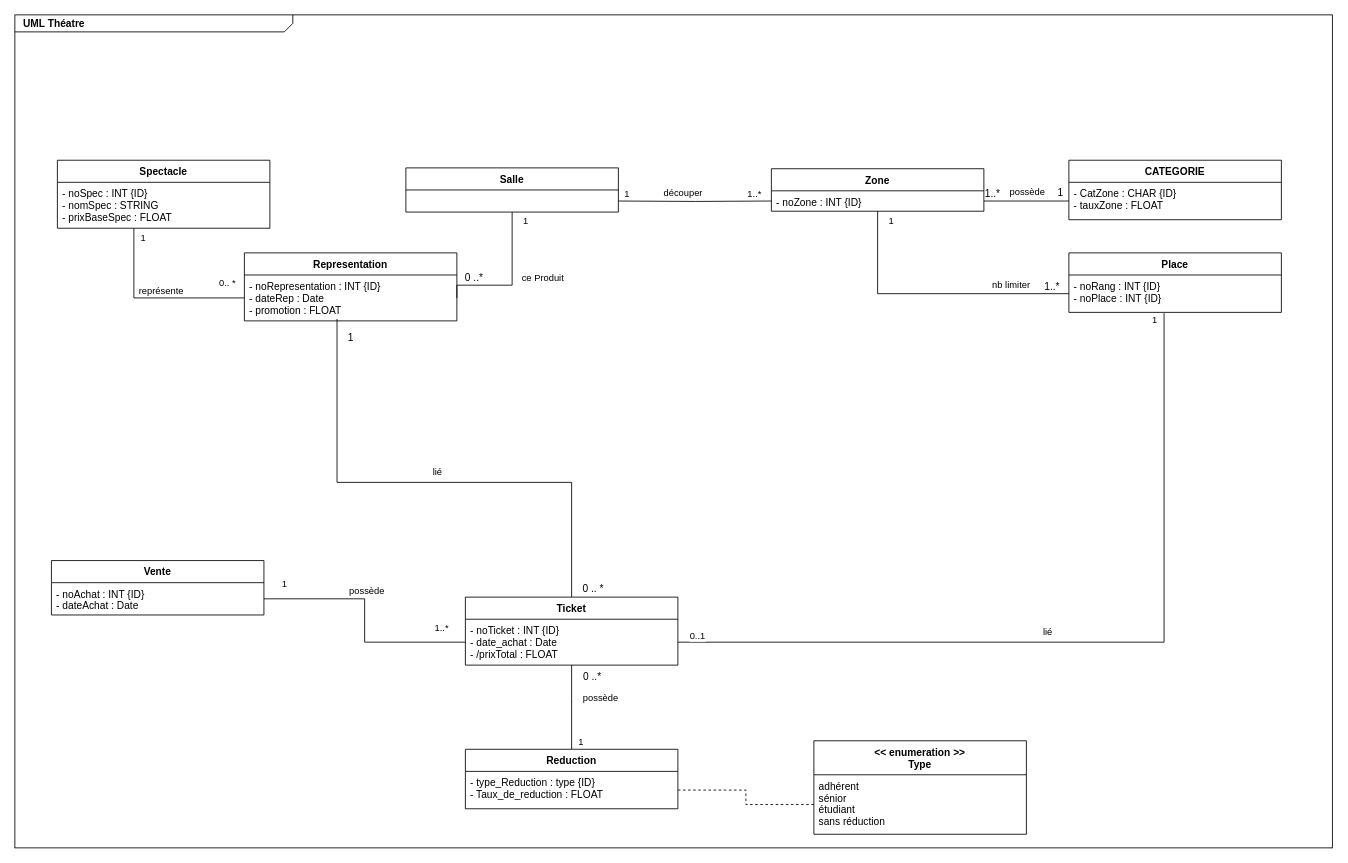
This is UML_diagram.drawio from NoxFly/CEBD-project-theater, a draw.io file, before an edit. Source tidied: cells renumbered, new cells numbered last; positions are measured from the earlier drawing's top-left corner, leaving out a move shared by most shapes. Both pictures are drawn from the tidied source at 85%, with x=0, y=0 at pixel (14, 14).
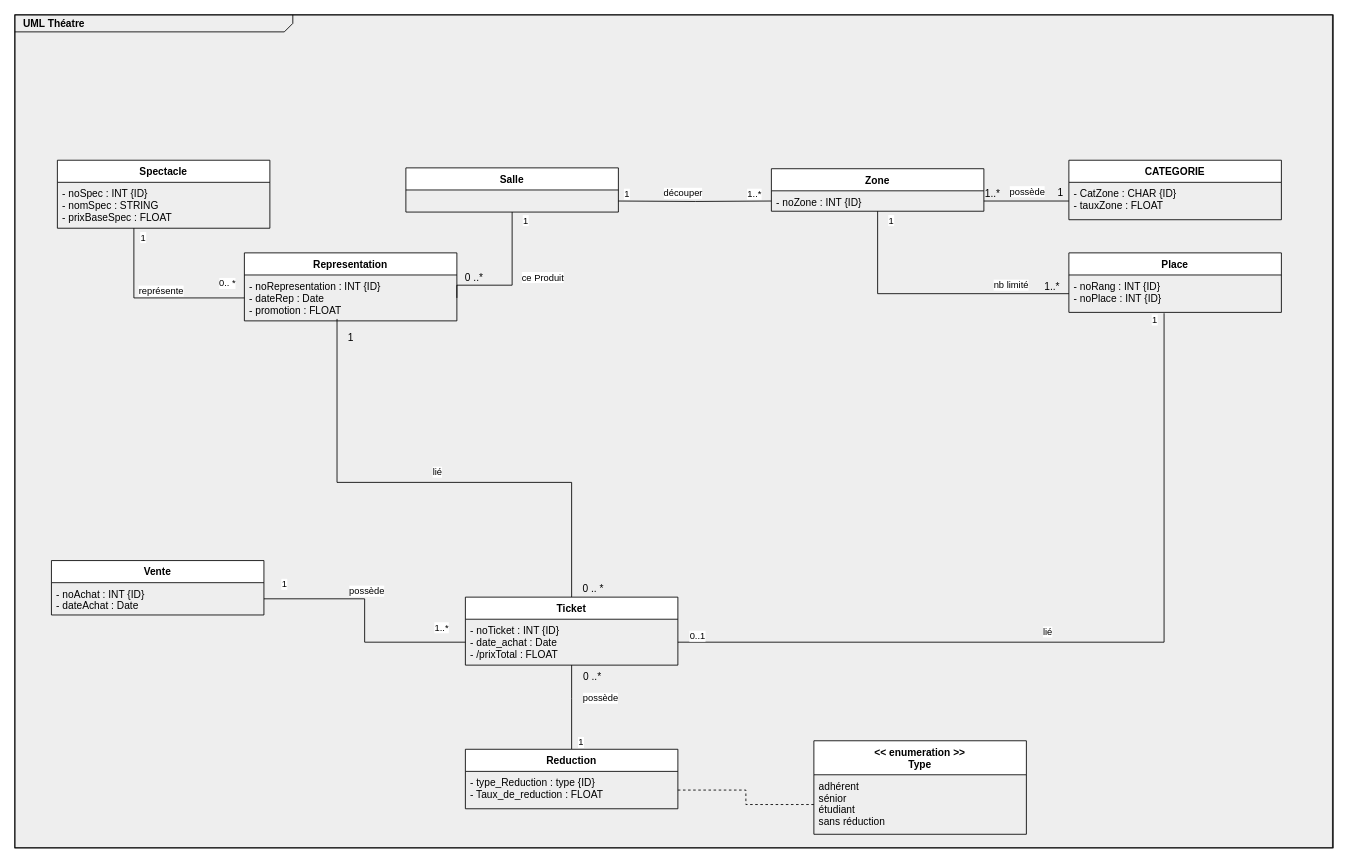
The same page after the edit.

Commit message (it also covers changes not shown here):
fixed delete on cascade & create UML as png

The change refers to these unchanged cells:
```xml
<mxCell id="20" style="edgeStyle=orthogonalEdgeStyle;rounded=0;jettySize=auto;html=1;entryX=0;entryY=0.5;entryDx=0;entryDy=0;endArrow=none;endFill=0;" parent="1" edge="1" source="23" target="10">
  <mxGeometry relative="1" as="geometry">
    <Array as="points">
      <mxPoint x="1015" y="328" />
    </Array>
  </mxGeometry>
</mxCell>
```

What changed in the source:
```diff
@@
+    <mxCell id="55" style="rounded=0;whiteSpace=wrap;html=1;fillColor=#eee;" parent="1" vertex="1">
+      <mxGeometry width="1551" height="980" as="geometry" />
+    </mxCell>
@@
-    <mxCell id="21" value="nb limiter" style="edgeLabel;html=1;align=center;verticalAlign=middle;" parent="20" vertex="1">
+    <mxCell id="21" value="nb limité" style="edgeLabel;html=1;align=center;verticalAlign=middle;" parent="20" vertex="1">
       <mxGeometry x="0.43" y="-1" relative="1" as="geometry">
         <mxPoint x="23" y="-12" as="offset" />
       </mxGeometry>
     </mxCell>
```
